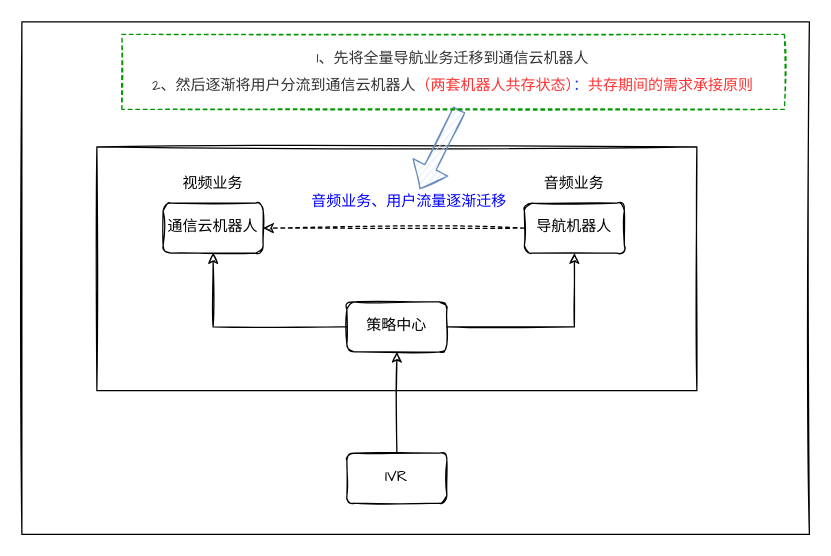
Before: 贵州智能视频.drawio in programzsx/cloudimg, a draw.io diagram. Source tidied: cells renumbered, new cells numbered last; positions are measured from the earlier drawing's top-left corner, leaving out a move shared by most shapes. Both pictures are drawn from the tidied source at 125%, with x=0, y=0 at pixel (21, 21).
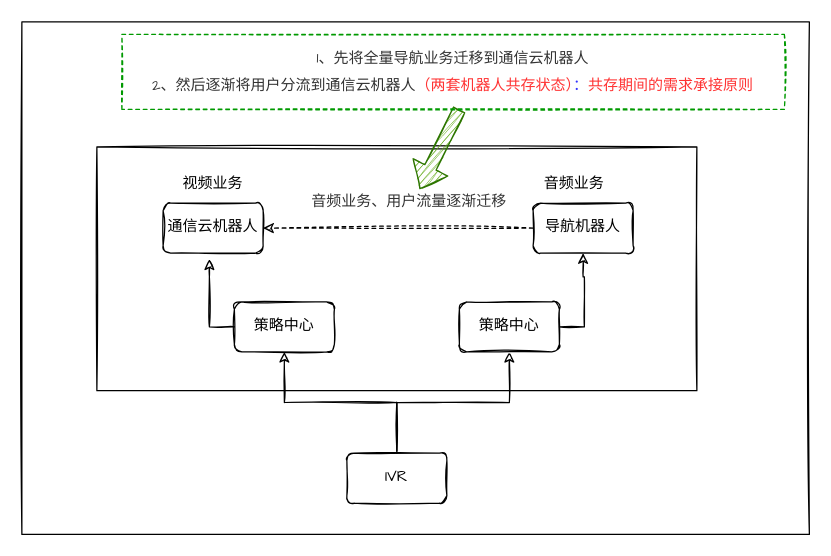
After the change.

Commit message:
更新贵州智能视频.drawio

Change to the diagram source:
```diff
@@
-    <mxCell id="3" style="group;" parent="1" vertex="1">
-      <mxGeometry x="60" y="100" width="480" height="285" as="geometry" />
-    </mxCell>
-    <mxCell id="4" style="rounded=0;whiteSpace=wrap;html=1;sketch=1;fontFamily=Comic Sans MS;" parent="3" vertex="1">
-      <mxGeometry width="480" height="195" as="geometry" />
+    <mxCell id="4" style="rounded=0;whiteSpace=wrap;html=1;sketch=1;fontFamily=Comic Sans MS;" parent="1" vertex="1">
+      <mxGeometry x="60" y="100" width="480" height="195" as="geometry" />
     </mxCell>
+    <mxCell id="16" style="shape=flexArrow;endArrow=classic;html=1;rounded=0;sketch=1;fontFamily=Comic Sans MS;fontColor=#3333FF;entryX=0.551;entryY=-0.057;entryDx=0;entryDy=0;entryPerimeter=0;fillColor=#60a917;strokeColor=#2D7600;" parent="1" edge="1" target="15">
+      <mxGeometry relative="1" as="geometry">
+        <mxPoint x="350" y="70" as="sourcePoint" />
+      </mxGeometry>
+    </mxCell>
+    <mxCell id="17" value="&lt;p style=&quot;line-height: 180%;&quot;&gt;&lt;font color=&quot;#333333&quot;&gt;1、先将全量导航业务迁移到通信云机器人&lt;br&gt;2、然后逐渐将用户分流到通信云机器人&lt;/font&gt;&lt;font color=&quot;#ff3333&quot;&gt;（两套机器人共存状态）&lt;/font&gt;：&lt;font color=&quot;#ff3333&quot;&gt;共存期间的需求承接原则&lt;/font&gt;&lt;/p&gt;" style="text;html=1;strokeColor=#009900;fillColor=none;align=center;verticalAlign=middle;whiteSpace=wrap;rounded=0;sketch=1;fontFamily=Comic Sans MS;fontColor=#3333FF;dashed=1;" parent="1" vertex="1">
+      <mxGeometry x="80" y="10" width="530" height="60" as="geometry" />
+    </mxCell>
+    <mxCell id="18" style="edgeStyle=orthogonalEdgeStyle;rounded=0;sketch=1;jettySize=auto;html=1;exitX=0.5;exitY=0;exitDx=0;exitDy=0;fontFamily=Comic Sans MS;fontColor=#0000FF;" parent="1" edge="1" source="5" target="19">
+      <mxGeometry relative="1" as="geometry" />
+    </mxCell>
-    <mxCell id="5" value="IVR" style="rounded=1;whiteSpace=wrap;html=1;sketch=1;fontFamily=Comic Sans MS;" parent="3" vertex="1">
-      <mxGeometry x="200" y="245" width="80" height="40" as="geometry" />
+    <mxCell id="5" value="IVR" style="rounded=1;whiteSpace=wrap;html=1;sketch=1;fontFamily=Comic Sans MS;" parent="1" vertex="1">
+      <mxGeometry x="260" y="345" width="80" height="40" as="geometry" />
     </mxCell>
-    <mxCell id="6" value="策略中心" style="rounded=1;whiteSpace=wrap;html=1;sketch=1;fontFamily=Comic Sans MS;" parent="3" vertex="1">
-      <mxGeometry x="200" y="124" width="80" height="40" as="geometry" />
+    <mxCell id="6" value="策略中心" style="rounded=1;whiteSpace=wrap;html=1;sketch=1;fontFamily=Comic Sans MS;" parent="1" vertex="1">
+      <mxGeometry x="170" y="224" width="80" height="40" as="geometry" />
     </mxCell>
-    <mxCell id="7" style="edgeStyle=orthogonalEdgeStyle;rounded=0;sketch=1;jettySize=auto;html=1;exitX=0.5;exitY=0;exitDx=0;exitDy=0;entryX=0.5;entryY=1;entryDx=0;entryDy=0;fontFamily=Comic Sans MS;" parent="3" edge="1" source="5" target="6">
+    <mxCell id="7" style="edgeStyle=orthogonalEdgeStyle;rounded=0;sketch=1;jettySize=auto;html=1;exitX=0.5;exitY=0;exitDx=0;exitDy=0;entryX=0.5;entryY=1;entryDx=0;entryDy=0;fontFamily=Comic Sans MS;" parent="1" edge="1" source="5" target="6">
       <mxGeometry relative="1" as="geometry" />
     </mxCell>
-    <mxCell id="8" value="通信云机器人" style="rounded=1;whiteSpace=wrap;html=1;sketch=1;fontFamily=Comic Sans MS;" parent="3" vertex="1">
-      <mxGeometry x="53" y="45" width="80" height="40" as="geometry" />
+    <mxCell id="8" value="通信云机器人" style="rounded=1;whiteSpace=wrap;html=1;sketch=1;fontFamily=Comic Sans MS;" parent="1" vertex="1">
+      <mxGeometry x="113" y="145" width="80" height="40" as="geometry" />
     </mxCell>
-    <mxCell id="9" style="edgeStyle=orthogonalEdgeStyle;rounded=0;jettySize=auto;html=1;entryX=0.5;entryY=1;entryDx=0;entryDy=0;fontFamily=Comic Sans MS;exitX=0;exitY=0.5;exitDx=0;exitDy=0;sketch=1;" parent="3" edge="1" source="6" target="8">
-      <mxGeometry relative="1" as="geometry" />
+    <mxCell id="9" style="edgeStyle=orthogonalEdgeStyle;rounded=0;jettySize=auto;html=1;fontFamily=Comic Sans MS;exitX=0;exitY=0.5;exitDx=0;exitDy=0;sketch=1;" parent="1" edge="1" source="6">
+      <mxGeometry relative="1" as="geometry">
+        <mxPoint x="150" y="190" as="targetPoint" />
+      </mxGeometry>
     </mxCell>
-    <mxCell id="10" style="edgeStyle=orthogonalEdgeStyle;rounded=0;sketch=1;jettySize=auto;html=1;exitX=0;exitY=0.5;exitDx=0;exitDy=0;entryX=1;entryY=0.5;entryDx=0;entryDy=0;fontFamily=Comic Sans MS;dashed=1;" parent="3" edge="1" source="11" target="8">
+    <mxCell id="10" style="edgeStyle=orthogonalEdgeStyle;rounded=0;sketch=1;jettySize=auto;html=1;exitX=0;exitY=0.5;exitDx=0;exitDy=0;entryX=1;entryY=0.5;entryDx=0;entryDy=0;fontFamily=Comic Sans MS;dashed=1;" parent="1" edge="1" source="11" target="8">
       <mxGeometry relative="1" as="geometry" />
     </mxCell>
-    <mxCell id="11" value="导航机器人" style="rounded=1;whiteSpace=wrap;html=1;sketch=1;fontFamily=Comic Sans MS;" parent="3" vertex="1">
-      <mxGeometry x="342" y="45" width="80" height="40" as="geometry" />
+    <mxCell id="11" value="导航机器人" style="rounded=1;whiteSpace=wrap;html=1;sketch=1;fontFamily=Comic Sans MS;" parent="1" vertex="1">
+      <mxGeometry x="409" y="145" width="80" height="40" as="geometry" />
     </mxCell>
-    <mxCell id="12" style="edgeStyle=orthogonalEdgeStyle;rounded=0;jettySize=auto;html=1;exitX=1;exitY=0.5;exitDx=0;exitDy=0;entryX=0.5;entryY=1;entryDx=0;entryDy=0;fontFamily=Comic Sans MS;sketch=1;" parent="3" edge="1" source="6" target="11">
+    <mxCell id="12" style="edgeStyle=orthogonalEdgeStyle;rounded=0;jettySize=auto;html=1;exitX=1;exitY=0.5;exitDx=0;exitDy=0;entryX=0.5;entryY=1;entryDx=0;entryDy=0;fontFamily=Comic Sans MS;sketch=1;startArrow=none;" parent="1" edge="1" source="19" target="11">
       <mxGeometry relative="1" as="geometry" />
     </mxCell>
-    <mxCell id="13" value="视频业务" style="text;html=1;strokeColor=none;fillColor=none;align=center;verticalAlign=middle;whiteSpace=wrap;rounded=0;sketch=1;fontFamily=Comic Sans MS;" parent="3" vertex="1">
-      <mxGeometry x="63" y="15" width="60" height="30" as="geometry" />
+    <mxCell id="13" value="视频业务" style="text;html=1;strokeColor=none;fillColor=none;align=center;verticalAlign=middle;whiteSpace=wrap;rounded=0;sketch=1;fontFamily=Comic Sans MS;" parent="1" vertex="1">
+      <mxGeometry x="123" y="115" width="60" height="30" as="geometry" />
     </mxCell>
-    <mxCell id="14" value="音频业务" style="text;html=1;strokeColor=none;fillColor=none;align=center;verticalAlign=middle;whiteSpace=wrap;rounded=0;sketch=1;fontFamily=Comic Sans MS;" parent="3" vertex="1">
-      <mxGeometry x="352" y="15" width="60" height="30" as="geometry" />
+    <mxCell id="14" value="音频业务" style="text;html=1;strokeColor=none;fillColor=none;align=center;verticalAlign=middle;whiteSpace=wrap;rounded=0;sketch=1;fontFamily=Comic Sans MS;" parent="1" vertex="1">
+      <mxGeometry x="412" y="115" width="60" height="30" as="geometry" />
     </mxCell>
-    <mxCell id="15" value="&lt;font color=&quot;#0000ff&quot;&gt;音频业务、用户流量逐渐迁移&lt;/font&gt;" style="text;html=1;strokeColor=none;fillColor=none;align=center;verticalAlign=middle;whiteSpace=wrap;rounded=0;sketch=1;fontFamily=Comic Sans MS;" parent="3" vertex="1">
-      <mxGeometry x="170" y="35" width="160" height="20" as="geometry" />
+    <mxCell id="15" value="&lt;font color=&quot;#333333&quot;&gt;音频业务、用户流量逐渐迁移&lt;/font&gt;" style="text;html=1;strokeColor=none;fillColor=none;align=center;verticalAlign=middle;whiteSpace=wrap;rounded=0;sketch=1;fontFamily=Comic Sans MS;" parent="1" vertex="1">
+      <mxGeometry x="230" y="135" width="160" height="20" as="geometry" />
     </mxCell>
-    <mxCell id="16" style="shape=flexArrow;endArrow=classic;html=1;rounded=0;sketch=1;fontFamily=Comic Sans MS;fontColor=#3333FF;entryX=0.551;entryY=-0.057;entryDx=0;entryDy=0;entryPerimeter=0;fillColor=#dae8fc;strokeColor=#6c8ebf;" parent="1" edge="1" target="15">
-      <mxGeometry relative="1" as="geometry">
-        <mxPoint x="350" y="70" as="sourcePoint" />
-      </mxGeometry>
-    </mxCell>
-    <mxCell id="17" value="&lt;p style=&quot;line-height: 180%;&quot;&gt;&lt;font color=&quot;#333333&quot;&gt;1、先将全量导航业务迁移到通信云机器人&lt;br&gt;2、然后逐渐将用户分流到通信云机器人&lt;/font&gt;&lt;font color=&quot;#ff3333&quot;&gt;（两套机器人共存状态）&lt;/font&gt;：&lt;font color=&quot;#ff3333&quot;&gt;共存期间的需求承接原则&lt;/font&gt;&lt;/p&gt;" style="text;html=1;strokeColor=#009900;fillColor=none;align=center;verticalAlign=middle;whiteSpace=wrap;rounded=0;sketch=1;fontFamily=Comic Sans MS;fontColor=#3333FF;dashed=1;" parent="1" vertex="1">
-      <mxGeometry x="80" y="10" width="530" height="60" as="geometry" />
-    </mxCell>
+    <mxCell id="19" value="策略中心" style="rounded=1;whiteSpace=wrap;html=1;sketch=1;fontFamily=Comic Sans MS;" parent="1" vertex="1">
+      <mxGeometry x="350" y="224" width="80" height="40" as="geometry" />
+    </mxCell>
```
